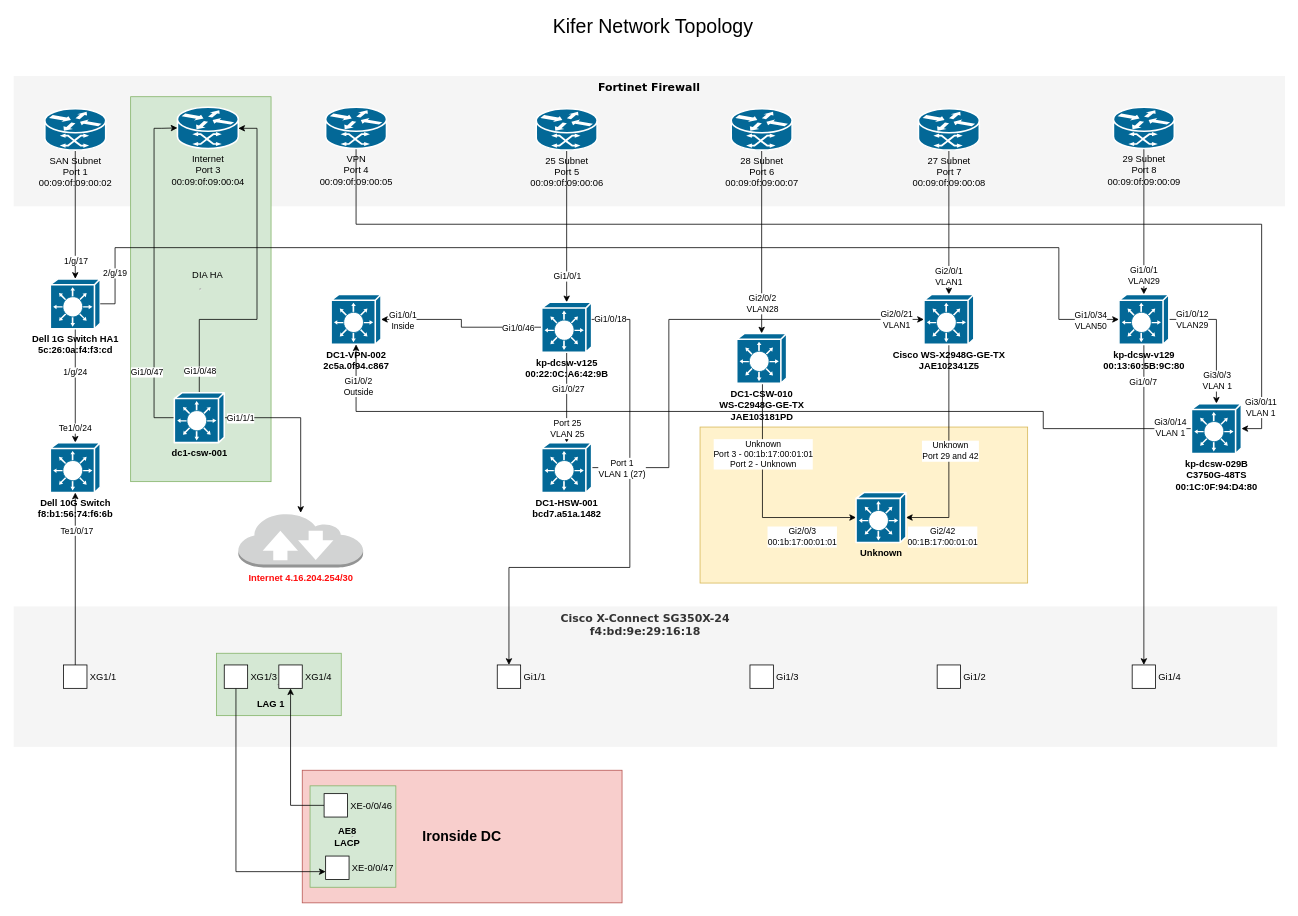
Above: Kifer.drawio in nhackl/Draw.io (draw.io), before the change. Source tidied: cells renumbered, new cells numbered last; positions are measured from the earlier drawing's top-left corner, leaving out a move shared by most shapes. Both pictures are drawn from the tidied source at 78%, with x=0, y=0 at pixel (13, 13).
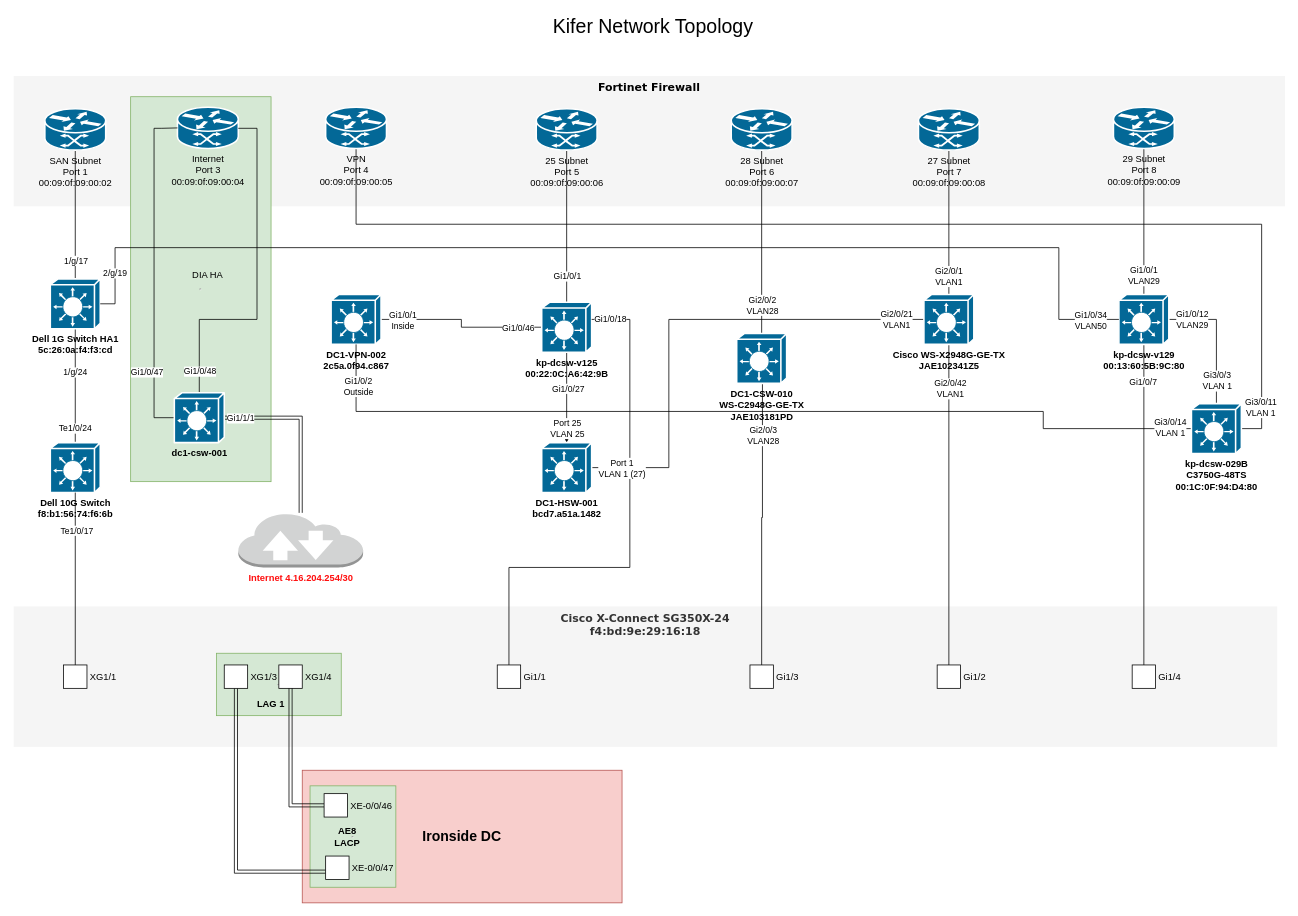
After the change.

Unchanged cells that the change refers to:
```xml
<mxCell id="11" value="&lt;div&gt;25 Subnet&lt;/div&gt;&lt;div&gt;Port 5&lt;/div&gt;&lt;div&gt;00:09:0f:09:00:06&lt;/div&gt;" style="shape=mxgraph.cisco.routers.atm_router;sketch=0;html=1;dashed=0;fillColor=#036897;strokeColor=#ffffff;strokeWidth=2;verticalLabelPosition=bottom;verticalAlign=top;align=center;outlineConnect=0;" parent="1" vertex="1">
<mxCell id="14" value="&lt;div&gt;27 Subnet&lt;/div&gt;&lt;div&gt;Port 7&lt;/div&gt;&lt;div&gt;00:09:0f:09:00:08&lt;/div&gt;" style="shape=mxgraph.cisco.routers.atm_router;sketch=0;html=1;dashed=0;fillColor=#036897;strokeColor=#ffffff;strokeWidth=2;verticalLabelPosition=bottom;verticalAlign=top;align=center;outlineConnect=0;" parent="1" vertex="1">
<mxCell id="17" value="&lt;div&gt;28 Subnet&lt;/div&gt;&lt;div&gt;Port 6&lt;/div&gt;&lt;div&gt;00:09:0f:09:00:07&lt;/div&gt;" style="shape=mxgraph.cisco.routers.atm_router;sketch=0;html=1;dashed=0;fillColor=#036897;strokeColor=#ffffff;strokeWidth=2;verticalLabelPosition=bottom;verticalAlign=top;align=center;outlineConnect=0;" parent="1" vertex="1">
<mxCell id="20" value="&lt;div&gt;29 Subnet&lt;/div&gt;&lt;div&gt;Port 8&lt;/div&gt;&lt;div&gt;00:09:0f:09:00:09&lt;/div&gt;" style="shape=mxgraph.cisco.routers.atm_router;sketch=0;html=1;dashed=0;fillColor=#036897;strokeColor=#ffffff;strokeWidth=2;verticalLabelPosition=bottom;verticalAlign=top;align=center;outlineConnect=0;" parent="1" vertex="1">
<mxCell id="23" value="&lt;div&gt;SAN Subnet&lt;/div&gt;&lt;div&gt;Port 1&lt;/div&gt;&lt;div&gt;00:09:0f:09:00:02&lt;/div&gt;&lt;div&gt;&lt;br&gt;&lt;/div&gt;" style="shape=mxgraph.cisco.routers.atm_router;sketch=0;html=1;dashed=0;fillColor=#036897;strokeColor=#ffffff;strokeWidth=2;verticalLabelPosition=bottom;verticalAlign=top;align=center;outlineConnect=0;" parent="1" vertex="1">
<mxCell id="26" value="&lt;div&gt;VPN&lt;/div&gt;&lt;div&gt;Port 4&lt;/div&gt;&lt;div&gt;00:09:0f:09:00:05&lt;/div&gt;" style="shape=mxgraph.cisco.routers.atm_router;sketch=0;html=1;dashed=0;fillColor=#036897;strokeColor=#ffffff;strokeWidth=2;verticalLabelPosition=bottom;verticalAlign=top;align=center;outlineConnect=0;" parent="1" vertex="1">
<mxCell id="27" value="&lt;div&gt;Internet&lt;/div&gt;&lt;div&gt;Port 3&lt;/div&gt;&lt;div&gt;00:09:0f:09:00:04&lt;/div&gt;" style="shape=mxgraph.cisco.routers.atm_router;sketch=0;html=1;dashed=0;fillColor=#036897;strokeColor=#ffffff;strokeWidth=2;verticalLabelPosition=bottom;verticalAlign=top;align=center;outlineConnect=0;" parent="1" vertex="1">
<mxCell id="28" value="&lt;font color=&quot;#ff0f0f&quot;&gt;&lt;b&gt;Internet 4.16.204.254/30&lt;/b&gt;&lt;/font&gt;" style="outlineConnect=0;dashed=0;verticalLabelPosition=bottom;verticalAlign=top;align=center;html=1;shape=mxgraph.aws3.internet_2;fillColor=#D2D3D3;gradientColor=none;" parent="1" vertex="1">
<mxCell id="35" value="&lt;div&gt;&lt;b&gt;kp-dcsw-v125&lt;br&gt;&lt;/b&gt;&lt;/div&gt;&lt;div&gt;&lt;b&gt;00:22:0C:A6:42:9B&lt;/b&gt;&lt;/div&gt;" style="shape=mxgraph.cisco.switches.layer_3_switch;sketch=0;html=1;dashed=0;fillColor=#036897;strokeColor=#ffffff;strokeWidth=2;verticalLabelPosition=bottom;verticalAlign=top;align=center;outlineConnect=0;" parent="1" vertex="1">
<mxCell id="44" value="&lt;div&gt;&lt;b&gt;dc1-csw-001&lt;/b&gt;&lt;/div&gt;" style="shape=mxgraph.cisco.switches.layer_3_switch;sketch=0;html=1;dashed=0;fillColor=#036897;strokeColor=#ffffff;strokeWidth=2;verticalLabelPosition=bottom;verticalAlign=top;align=center;outlineConnect=0;" parent="1" vertex="1">
<mxCell id="48" value="&lt;div&gt;&lt;b&gt;DC1-HSW-001&lt;/b&gt;&lt;/div&gt;&lt;div&gt;&lt;b&gt;bcd7.a51a.1482&lt;br&gt;&lt;/b&gt;&lt;/div&gt;" style="shape=mxgraph.cisco.switches.layer_3_switch;sketch=0;html=1;dashed=0;fillColor=#036897;strokeColor=#ffffff;strokeWidth=2;verticalLabelPosition=bottom;verticalAlign=top;align=center;outlineConnect=0;" parent="1" vertex="1">
<mxCell id="52" value="&lt;div&gt;&lt;b&gt;Dell 1G Switch HA1&lt;br&gt;&lt;/b&gt;&lt;/div&gt;&lt;div&gt;&lt;b&gt;5c:26:0a:f4:f3:cd&lt;/b&gt;&lt;br&gt;&lt;/div&gt;" style="shape=mxgraph.cisco.switches.layer_3_switch;sketch=0;html=1;dashed=0;fillColor=#036897;strokeColor=#ffffff;strokeWidth=2;verticalLabelPosition=bottom;verticalAlign=top;align=center;outlineConnect=0;" parent="1" vertex="1">
<mxCell id="53" value="&lt;div&gt;&lt;b&gt;Dell 10G Switch&lt;/b&gt;&lt;/div&gt;&lt;div&gt;&lt;b&gt;f8:b1:56:74:f6:6b&lt;br&gt;&lt;/b&gt;&lt;/div&gt;" style="shape=mxgraph.cisco.switches.layer_3_switch;sketch=0;html=1;dashed=0;fillColor=#036897;strokeColor=#ffffff;strokeWidth=2;verticalLabelPosition=bottom;verticalAlign=top;align=center;outlineConnect=0;" parent="1" vertex="1">
<mxCell id="54" value="Gi1/1" style="labelPosition=right;verticalLabelPosition=middle;align=left;verticalAlign=middle;spacingLeft=2;noLabel=0;labelPadding=0;" parent="1" vertex="1">
<mxCell id="55" value="Gi1/4" style="labelPosition=right;verticalLabelPosition=middle;align=left;verticalAlign=middle;spacingLeft=2;noLabel=0;labelPadding=0;" parent="1" vertex="1">
<mxCell id="56" value="XG1/1" style="labelPosition=right;verticalLabelPosition=middle;align=left;verticalAlign=middle;spacingLeft=2;noLabel=0;labelPadding=0;" parent="1" vertex="1">
<mxCell id="57" value="Gi1/3" style="labelPosition=right;verticalLabelPosition=middle;align=left;verticalAlign=middle;spacingLeft=2;noLabel=0;labelPadding=0;" parent="1" vertex="1">
<mxCell id="58" value="Gi1/2" style="labelPosition=right;verticalLabelPosition=middle;align=left;verticalAlign=middle;spacingLeft=2;noLabel=0;labelPadding=0;" parent="1" vertex="1">
<mxCell id="60" value="XG1/3" style="labelPosition=right;verticalLabelPosition=middle;align=left;verticalAlign=middle;spacingLeft=2;noLabel=0;labelPadding=0;" parent="1" vertex="1">
<mxCell id="61" value="XG1/4" style="labelPosition=right;verticalLabelPosition=middle;align=left;verticalAlign=middle;spacingLeft=2;noLabel=0;labelPadding=0;" parent="1" vertex="1">
<mxCell id="62" value="XE-0/0/47" style="labelPosition=right;verticalLabelPosition=middle;align=left;verticalAlign=middle;spacingLeft=2;noLabel=0;labelPadding=0;" parent="1" vertex="1">
<mxCell id="64" value="XE-0/0/46" style="labelPosition=right;verticalLabelPosition=middle;align=left;verticalAlign=middle;spacingLeft=2;noLabel=0;labelPadding=0;" parent="1" vertex="1">
<mxCell id="69" value="&lt;div&gt;&lt;b&gt;DC1-VPN-002&lt;/b&gt;&lt;/div&gt;&lt;div&gt;&lt;b&gt;2c5a.0f94.c867&lt;br&gt;&lt;/b&gt;&lt;/div&gt;" style="shape=mxgraph.cisco.switches.layer_3_switch;sketch=0;html=1;dashed=0;fillColor=#036897;strokeColor=#ffffff;strokeWidth=2;verticalLabelPosition=bottom;verticalAlign=top;align=center;outlineConnect=0;" parent="1" vertex="1">
<mxCell id="77" value="&lt;div&gt;&lt;b&gt;kp-dcsw-v129&lt;/b&gt;&lt;/div&gt;&lt;div&gt;&lt;b&gt;00:13:60:5B:9C:80&lt;br&gt;&lt;/b&gt;&lt;/div&gt;" style="shape=mxgraph.cisco.switches.layer_3_switch;sketch=0;html=1;dashed=0;fillColor=#036897;strokeColor=#ffffff;strokeWidth=2;verticalLabelPosition=bottom;verticalAlign=top;align=center;outlineConnect=0;" parent="1" vertex="1">
<mxCell id="84" value="&lt;div&gt;&lt;b&gt;Cisco WS-X2948G-GE-TX&lt;/b&gt;&lt;/div&gt;&lt;div&gt;&lt;b&gt;JAE102341Z5&lt;/b&gt;&lt;/div&gt;&lt;div&gt;&lt;b&gt;&lt;br&gt;&lt;/b&gt;&lt;/div&gt;" style="shape=mxgraph.cisco.switches.layer_3_switch;sketch=0;html=1;dashed=0;fillColor=#036897;strokeColor=#ffffff;strokeWidth=2;verticalLabelPosition=bottom;verticalAlign=top;align=center;outlineConnect=0;" parent="1" vertex="1">
<mxCell id="88" value="&lt;div&gt;&lt;b&gt;kp-dcsw-029B&lt;/b&gt;&lt;/div&gt;&lt;div&gt;&lt;b&gt;C3750G-48TS&lt;br&gt;&lt;/b&gt;&lt;/div&gt;&lt;div&gt;&lt;b&gt;00:1C:0F:94:D4:80&lt;br&gt;&lt;/b&gt;&lt;/div&gt;" style="shape=mxgraph.cisco.switches.layer_3_switch;sketch=0;html=1;dashed=0;fillColor=#036897;strokeColor=#ffffff;strokeWidth=2;verticalLabelPosition=bottom;verticalAlign=top;align=center;outlineConnect=0;" parent="1" vertex="1">
<mxCell id="92" value="&lt;div&gt;&lt;b&gt;DC1-CSW-010&lt;/b&gt;&lt;/div&gt;&lt;div&gt;&lt;b&gt;WS-C2948G-GE-TX&lt;/b&gt;&lt;/div&gt;&lt;div&gt;&lt;b&gt;JAE103181PD&lt;br&gt;&lt;/b&gt;&lt;/div&gt;" style="shape=mxgraph.cisco.switches.layer_3_switch;sketch=0;html=1;dashed=0;fillColor=#036897;strokeColor=#ffffff;strokeWidth=2;verticalLabelPosition=bottom;verticalAlign=top;align=center;outlineConnect=0;" parent="1" vertex="1">
```

Diff of the diagram source:
```diff
@@
-    <mxCell id="2" style="rounded=0;whiteSpace=wrap;html=1;fillColor=#fff2cc;strokeColor=#d6b656;" parent="1" vertex="1">
-      <mxGeometry x="880" y="530" width="420" height="200" as="geometry" />
-    </mxCell>
@@
-    <mxCell id="9" style="edgeStyle=orthogonalEdgeStyle;rounded=0;jettySize=auto;html=1;" parent="1" edge="1" source="11" target="35">
+    <mxCell id="9" style="edgeStyle=orthogonalEdgeStyle;rounded=0;jettySize=auto;html=1;endArrow=none;endFill=0;" parent="1" edge="1" source="11" target="35">
       <mxGeometry relative="1" as="geometry" />
     </mxCell>
@@
-    <mxCell id="12" style="edgeStyle=orthogonalEdgeStyle;rounded=0;jettySize=auto;html=1;" parent="1" edge="1" source="14" target="84">
+    <mxCell id="12" style="edgeStyle=orthogonalEdgeStyle;rounded=0;jettySize=auto;html=1;endArrow=none;endFill=0;" parent="1" edge="1" source="14" target="84">
       <mxGeometry relative="1" as="geometry" />
     </mxCell>
@@
-    <mxCell id="15" style="edgeStyle=orthogonalEdgeStyle;rounded=0;jettySize=auto;html=1;" parent="1" edge="1" source="17" target="92">
+    <mxCell id="15" style="edgeStyle=orthogonalEdgeStyle;rounded=0;jettySize=auto;html=1;endArrow=none;endFill=0;" parent="1" edge="1" source="17" target="92">
       <mxGeometry relative="1" as="geometry" />
     </mxCell>
     <mxCell id="16" value="&lt;div&gt;Gi2/0/2&lt;/div&gt;&lt;div&gt;VLAN28&lt;br&gt;&lt;/div&gt;" style="edgeLabel;html=1;align=center;verticalAlign=middle;" parent="15" vertex="1">
       <mxGeometry x="0.58" y="-1" relative="1" as="geometry">
-        <mxPoint x="1" y="10" as="offset" />
+        <mxPoint x="1" y="12" as="offset" />
       </mxGeometry>
     </mxCell>
@@
-    <mxCell id="18" style="edgeStyle=orthogonalEdgeStyle;rounded=0;jettySize=auto;html=1;" parent="1" edge="1" source="20" target="77">
+    <mxCell id="18" style="edgeStyle=orthogonalEdgeStyle;rounded=0;jettySize=auto;html=1;endArrow=none;endFill=0;" parent="1" edge="1" source="20" target="77">
       <mxGeometry relative="1" as="geometry" />
     </mxCell>
@@
-    <mxCell id="21" style="edgeStyle=orthogonalEdgeStyle;rounded=0;jettySize=auto;html=1;" parent="1" edge="1" source="23" target="52">
+    <mxCell id="21" style="rounded=0;jettySize=auto;html=1;elbow=vertical;endArrow=none;endFill=0;" parent="1" edge="1" source="23" target="52">
       <mxGeometry relative="1" as="geometry" />
     </mxCell>
@@
-    <mxCell id="24" style="edgeStyle=orthogonalEdgeStyle;rounded=0;jettySize=auto;html=1;entryX=1;entryY=0.5;entryDx=0;entryDy=0;entryPerimeter=0;" parent="1" edge="1" source="26" target="88">
+    <mxCell id="24" style="edgeStyle=orthogonalEdgeStyle;rounded=0;jettySize=auto;html=1;entryX=1;entryY=0.5;entryDx=0;entryDy=0;entryPerimeter=0;endArrow=none;endFill=0;" parent="1" edge="1" source="26" target="88">
       <mxGeometry relative="1" as="geometry">
         <Array as="points">
           <mxPoint x="439" y="270" />
           <mxPoint x="1600" y="270" />
           <mxPoint x="1600" y="532" />
         </Array>
       </mxGeometry>
     </mxCell>
@@
-    <mxCell id="32" style="edgeStyle=orthogonalEdgeStyle;rounded=0;jettySize=auto;html=1;" parent="1" edge="1" source="35" target="69">
+    <mxCell id="32" style="edgeStyle=orthogonalEdgeStyle;rounded=0;jettySize=auto;html=1;endArrow=none;endFill=0;" parent="1" edge="1" source="35" target="69">
       <mxGeometry relative="1" as="geometry" />
     </mxCell>
@@
-    <mxCell id="36" style="edgeStyle=orthogonalEdgeStyle;rounded=0;jettySize=auto;html=1;entryX=0.5;entryY=0;entryDx=0;entryDy=0;" parent="1" edge="1" source="35" target="54">
+    <mxCell id="36" style="edgeStyle=orthogonalEdgeStyle;rounded=0;jettySize=auto;html=1;entryX=0.5;entryY=0;entryDx=0;entryDy=0;endArrow=none;endFill=0;" parent="1" edge="1" source="35" target="54">
       <mxGeometry relative="1" as="geometry">
         <Array as="points">
           <mxPoint x="790" y="392" />
           <mxPoint x="790" y="710" />
           <mxPoint x="635" y="710" />
         </Array>
       </mxGeometry>
     </mxCell>
@@
-    <mxCell id="38" style="edgeStyle=orthogonalEdgeStyle;rounded=0;jettySize=auto;html=1;entryX=0;entryY=0.5;entryDx=0;entryDy=0;entryPerimeter=0;exitX=0;exitY=0.5;exitDx=0;exitDy=0;exitPerimeter=0;" parent="1" edge="1" source="44" target="27">
+    <mxCell id="38" style="edgeStyle=orthogonalEdgeStyle;rounded=0;jettySize=auto;html=1;entryX=0;entryY=0.5;entryDx=0;entryDy=0;entryPerimeter=0;exitX=0;exitY=0.5;exitDx=0;exitDy=0;exitPerimeter=0;endArrow=none;endFill=0;" parent="1" edge="1" source="44" target="27">
       <mxGeometry relative="1" as="geometry">
         <Array as="points">
           <mxPoint x="180" y="518" />
           <mxPoint x="180" y="147" />
           <mxPoint x="190" y="147" />
         </Array>
       </mxGeometry>
     </mxCell>
@@
-    <mxCell id="40" style="edgeStyle=orthogonalEdgeStyle;rounded=0;jettySize=auto;html=1;" parent="1" edge="1" source="44" target="27">
+    <mxCell id="40" style="edgeStyle=orthogonalEdgeStyle;rounded=0;jettySize=auto;html=1;endArrow=none;endFill=0;" parent="1" edge="1" source="44" target="27">
       <mxGeometry relative="1" as="geometry">
         <Array as="points">
           <mxPoint x="238" y="392" />
           <mxPoint x="312" y="392" />
           <mxPoint x="312" y="147" />
         </Array>
       </mxGeometry>
     </mxCell>
@@
-    <mxCell id="42" style="edgeStyle=orthogonalEdgeStyle;rounded=0;jettySize=auto;html=1;" parent="1" edge="1" source="44" target="28">
+    <mxCell id="42" style="edgeStyle=orthogonalEdgeStyle;rounded=0;jettySize=auto;html=1;endArrow=none;endFill=0;shape=link;" parent="1" edge="1" source="44" target="28">
       <mxGeometry relative="1" as="geometry" />
     </mxCell>
@@
-    <mxCell id="45" style="edgeStyle=orthogonalEdgeStyle;rounded=0;jettySize=auto;html=1;entryX=0;entryY=0.5;entryDx=0;entryDy=0;entryPerimeter=0;" parent="1" edge="1" source="48" target="84">
+    <mxCell id="45" style="edgeStyle=orthogonalEdgeStyle;rounded=0;jettySize=auto;html=1;entryX=0;entryY=0.5;entryDx=0;entryDy=0;entryPerimeter=0;endArrow=none;endFill=0;" parent="1" edge="1" source="48" target="84">
       <mxGeometry relative="1" as="geometry">
         <Array as="points">
           <mxPoint x="840" y="582" />
           <mxPoint x="840" y="392" />
         </Array>
       </mxGeometry>
     </mxCell>
@@
-    <mxCell id="49" style="edgeStyle=orthogonalEdgeStyle;rounded=0;jettySize=auto;html=1;" parent="1" edge="1" source="52" target="53">
+    <mxCell id="49" style="edgeStyle=orthogonalEdgeStyle;rounded=0;jettySize=auto;html=1;endArrow=none;endFill=0;" parent="1" edge="1" source="52" target="53">
       <mxGeometry relative="1" as="geometry" />
     </mxCell>
@@
-    <mxCell id="59" style="edgeStyle=orthogonalEdgeStyle;rounded=0;jettySize=auto;html=1;" parent="1" edge="1" source="60" target="62">
+    <mxCell id="59" style="edgeStyle=orthogonalEdgeStyle;rounded=0;jettySize=auto;html=1;shape=link;" parent="1" edge="1" source="60" target="62">
       <mxGeometry relative="1" as="geometry">
         <Array as="points">
           <mxPoint x="285" y="1100" />
         </Array>
       </mxGeometry>
     </mxCell>
@@
-    <mxCell id="63" style="edgeStyle=orthogonalEdgeStyle;rounded=0;jettySize=auto;html=1;entryX=0.5;entryY=1;entryDx=0;entryDy=0;" parent="1" edge="1" source="64" target="61">
+    <mxCell id="63" style="edgeStyle=orthogonalEdgeStyle;rounded=0;jettySize=auto;html=1;entryX=0.5;entryY=1;entryDx=0;entryDy=0;endArrow=none;endFill=0;shape=link;" parent="1" edge="1" source="64" target="61">
       <mxGeometry relative="1" as="geometry" />
     </mxCell>
@@
-    <mxCell id="67" style="edgeStyle=orthogonalEdgeStyle;rounded=0;jettySize=auto;html=1;entryX=0.5;entryY=1;entryDx=0;entryDy=0;entryPerimeter=0;" parent="1" edge="1" source="56" target="53">
+    <mxCell id="67" style="edgeStyle=orthogonalEdgeStyle;rounded=0;jettySize=auto;html=1;entryX=0.5;entryY=1;entryDx=0;entryDy=0;entryPerimeter=0;endArrow=none;endFill=0;" parent="1" edge="1" source="56" target="53">
       <mxGeometry relative="1" as="geometry" />
     </mxCell>
@@
-    <mxCell id="72" style="edgeStyle=orthogonalEdgeStyle;rounded=0;jettySize=auto;html=1;" parent="1" edge="1" source="77" target="55">
+    <mxCell id="72" style="edgeStyle=orthogonalEdgeStyle;rounded=0;jettySize=auto;html=1;endArrow=none;endFill=0;" parent="1" edge="1" source="77" target="55">
       <mxGeometry relative="1" as="geometry" />
     </mxCell>
@@
-    <mxCell id="74" style="edgeStyle=orthogonalEdgeStyle;rounded=0;jettySize=auto;html=1;" parent="1" edge="1" source="77" target="88">
+    <mxCell id="74" style="edgeStyle=orthogonalEdgeStyle;rounded=0;jettySize=auto;html=1;endArrow=none;endFill=0;" parent="1" edge="1" source="77" target="88">
       <mxGeometry relative="1" as="geometry" />
     </mxCell>
@@
-    <mxCell id="78" style="edgeStyle=orthogonalEdgeStyle;rounded=0;jettySize=auto;html=1;entryX=0;entryY=0.5;entryDx=0;entryDy=0;entryPerimeter=0;" parent="1" edge="1" source="52" target="77">
+    <mxCell id="78" style="edgeStyle=orthogonalEdgeStyle;rounded=0;jettySize=auto;html=1;entryX=0;entryY=0.5;entryDx=0;entryDy=0;entryPerimeter=0;endArrow=none;endFill=0;" parent="1" edge="1" source="52" target="77">
       <mxGeometry relative="1" as="geometry">
         <Array as="points">
           <mxPoint x="130" y="372" />
           <mxPoint x="130" y="300" />
           <mxPoint x="1340" y="300" />
           <mxPoint x="1340" y="392" />
         </Array>
       </mxGeometry>
     </mxCell>
@@
-    <mxCell id="81" style="edgeStyle=orthogonalEdgeStyle;rounded=0;jettySize=auto;html=1;entryX=1;entryY=0.5;entryDx=0;entryDy=0;entryPerimeter=0;" parent="1" edge="1" source="84" target="93">
-      <mxGeometry relative="1" as="geometry">
-        <Array as="points">
-          <mxPoint x="1199" y="646" />
-        </Array>
-      </mxGeometry>
+    <mxCell id="81" style="edgeStyle=orthogonalEdgeStyle;rounded=0;jettySize=auto;html=1;endArrow=none;endFill=0;" parent="1" edge="1" source="84" target="58">
+      <mxGeometry relative="1" as="geometry" />
     </mxCell>
-    <mxCell id="82" value="&lt;div&gt;Unknown&lt;/div&gt;&lt;div&gt;Port 29 and 42&lt;br&gt;&lt;/div&gt;" style="edgeLabel;html=1;align=center;verticalAlign=middle;" parent="81" vertex="1">
-      <mxGeometry x="0.73" y="-1" relative="1" as="geometry">
-        <mxPoint x="19" y="-85" as="offset" />
-      </mxGeometry>
-    </mxCell>
-    <mxCell id="83" value="&lt;div&gt;Gi2/42&lt;/div&gt;&lt;div&gt;00:1B:17:00:01:01&lt;br&gt;&lt;/div&gt;" style="edgeLabel;html=1;align=center;verticalAlign=middle;" parent="81" vertex="1">
+    <mxCell id="83" value="&lt;div&gt;Gi2/0/42&lt;/div&gt;&lt;div&gt;VLAN1&lt;br&gt;&lt;/div&gt;" style="edgeLabel;html=1;align=center;verticalAlign=middle;" parent="81" vertex="1">
       <mxGeometry x="0.85" y="-2" relative="1" as="geometry">
-        <mxPoint x="25" y="26" as="offset" />
+        <mxPoint x="3" y="-324" as="offset" />
       </mxGeometry>
     </mxCell>
@@
-    <mxCell id="85" style="edgeStyle=orthogonalEdgeStyle;rounded=0;jettySize=auto;html=1;entryX=0.5;entryY=1;entryDx=0;entryDy=0;entryPerimeter=0;exitX=0;exitY=0.5;exitDx=0;exitDy=0;exitPerimeter=0;" parent="1" edge="1" source="88" target="69">
+    <mxCell id="85" style="edgeStyle=orthogonalEdgeStyle;rounded=0;jettySize=auto;html=1;entryX=0.5;entryY=1;entryDx=0;entryDy=0;entryPerimeter=0;exitX=0;exitY=0.5;exitDx=0;exitDy=0;exitPerimeter=0;endArrow=none;endFill=0;" parent="1" edge="1" source="88" target="69">
       <mxGeometry relative="1" as="geometry">
         <Array as="points">
           <mxPoint x="1320" y="532" />
           <mxPoint x="1320" y="510" />
           <mxPoint x="439" y="510" />
         </Array>
       </mxGeometry>
     </mxCell>
@@
-    <mxCell id="89" style="edgeStyle=orthogonalEdgeStyle;rounded=0;jettySize=auto;html=1;entryX=0;entryY=0.5;entryDx=0;entryDy=0;entryPerimeter=0;" parent="1" edge="1" source="92" target="93">
+    <mxCell id="89" style="edgeStyle=orthogonalEdgeStyle;rounded=0;jettySize=auto;html=1;entryX=0.5;entryY=0;entryDx=0;entryDy=0;endArrow=none;endFill=0;" parent="1" edge="1" source="92" target="57">
       <mxGeometry relative="1" as="geometry">
         <Array as="points">
           <mxPoint x="960" y="646" />
+          <mxPoint x="959" y="646" />
         </Array>
       </mxGeometry>
     </mxCell>
-    <mxCell id="90" value="&lt;div&gt;Unknown&lt;/div&gt;&lt;div&gt;Port 3 - 00:1b:17:00:01:01&lt;/div&gt;&lt;div&gt;Port 2 - Unknown&lt;br&gt;&lt;/div&gt;" style="edgeLabel;html=1;align=center;verticalAlign=middle;" parent="89" vertex="1">
-      <mxGeometry x="0.32" y="2" relative="1" as="geometry">
-        <mxPoint x="-21" y="-80" as="offset" />
-      </mxGeometry>
-    </mxCell>
-    <mxCell id="91" value="&lt;div&gt;Gi2/0/3&lt;/div&gt;&lt;div&gt;00:1b:17:00:01:01&lt;br&gt;&lt;/div&gt;" style="edgeLabel;html=1;align=center;verticalAlign=middle;" parent="89" vertex="1">
-      <mxGeometry x="0.63" y="2" relative="1" as="geometry">
-        <mxPoint x="-16" y="26" as="offset" />
-      </mxGeometry>
-    </mxCell>
+    <mxCell id="94" value="&lt;div&gt;Gi2/0/3&lt;/div&gt;&lt;div&gt;VLAN28&lt;br&gt;&lt;/div&gt;" style="edgeLabel;html=1;align=center;verticalAlign=middle;" parent="89" vertex="1">
+      <mxGeometry x="-0.56" relative="1" as="geometry">
+        <mxPoint y="-14" as="offset" />
+      </mxGeometry>
+    </mxCell>
@@
-    <mxCell id="93" value="&lt;b&gt;Unknown&lt;/b&gt;" style="shape=mxgraph.cisco.switches.layer_3_switch;sketch=0;html=1;dashed=0;fillColor=#036897;strokeColor=#ffffff;strokeWidth=2;verticalLabelPosition=bottom;verticalAlign=top;align=center;outlineConnect=0;" parent="1" vertex="1">
-      <mxGeometry x="1080" y="614" width="64" height="64" as="geometry" />
-    </mxCell>
```
